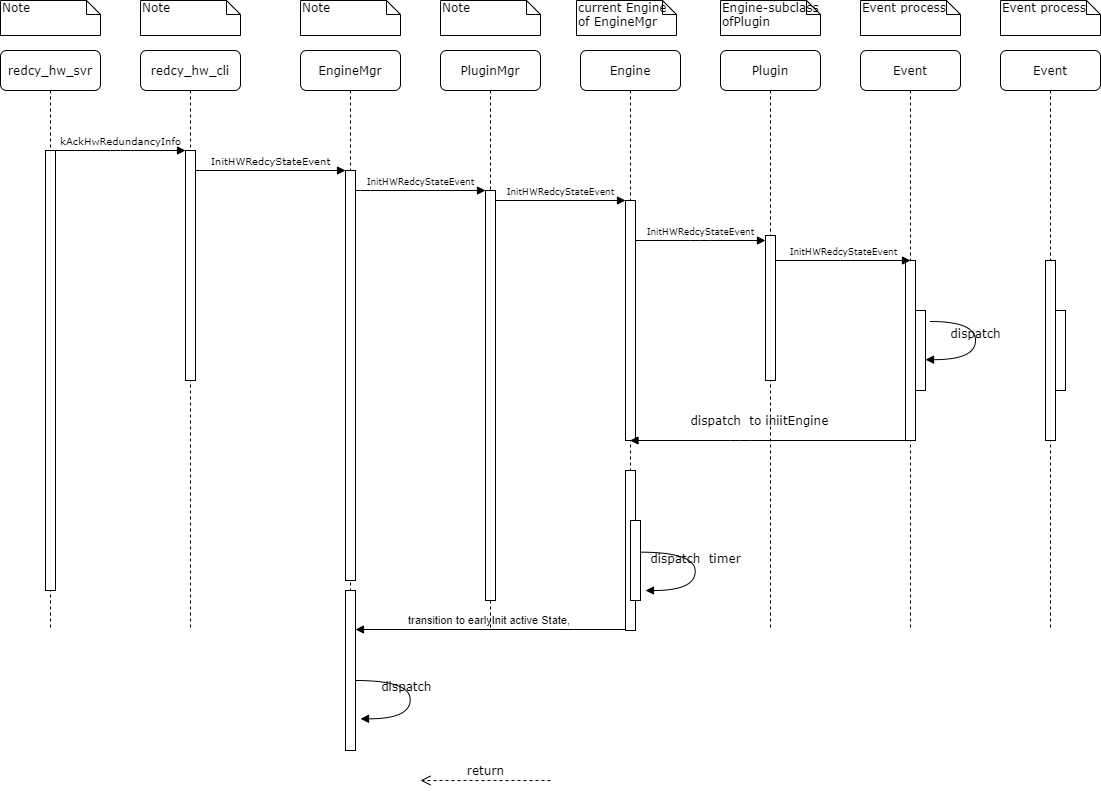
This is UML/StartActiveRedundancy.png from Steve888888/FN-Redundancy, a draw.io export, as it was before one commit. Source tidied: cells renumbered, new cells last; positions are measured from the earlier drawing's top-left corner, leaving out a move shared by most shapes.
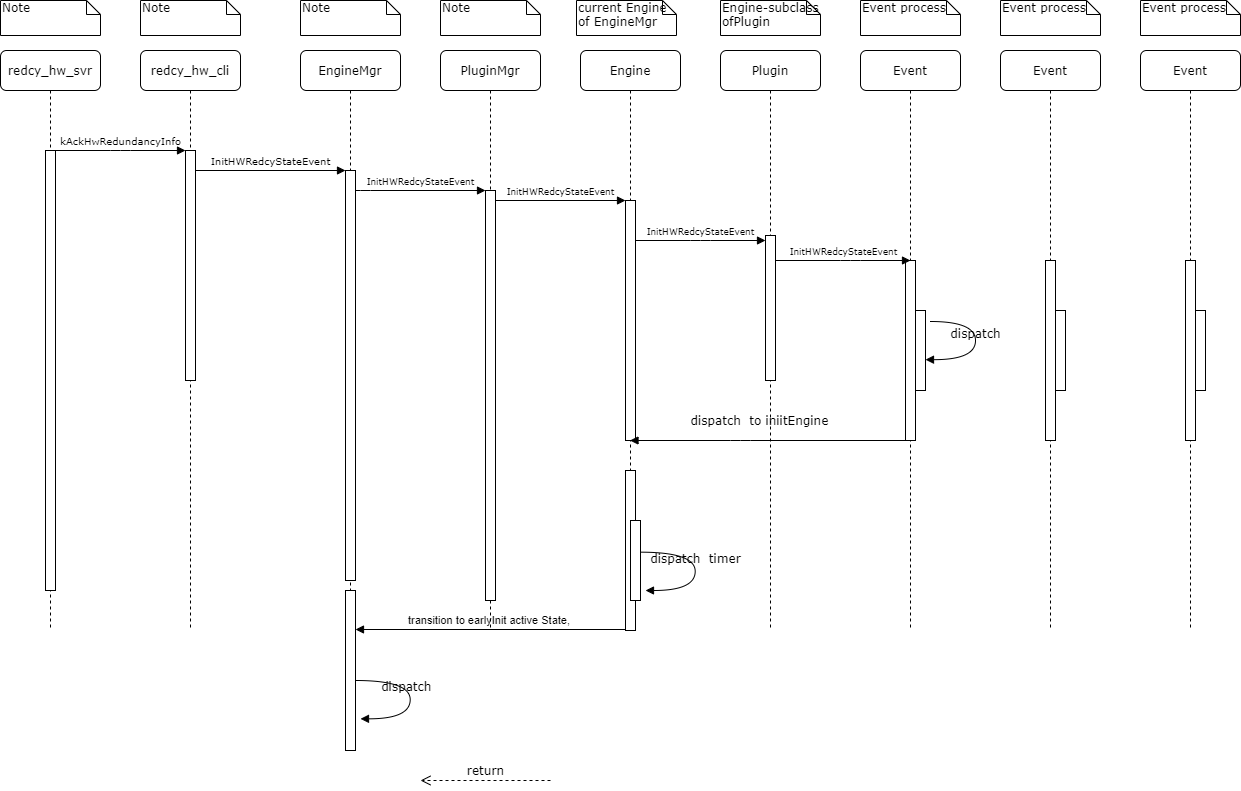
The same diagram one commit later.

What changed in the source:
```diff
@@ -174,5 +174,17 @@
     <mxCell id="42" style="html=1;perimeter=orthogonalPerimeter;" parent="40" vertex="1">
       <mxGeometry x="55" y="260" width="10" height="80" as="geometry" />
     </mxCell>
+    <mxCell id="43" value="Event process" style="shape=note;whiteSpace=wrap;html=1;size=14;verticalAlign=top;align=left;spacingTop=-6;rounded=0;shadow=0;comic=0;labelBackgroundColor=none;strokeWidth=1;fontFamily=Verdana;fontSize=12;" parent="1" vertex="1">
+      <mxGeometry x="1140" width="100" height="35" as="geometry" />
+    </mxCell>
+    <mxCell id="44" value="Event" style="shape=umlLifeline;perimeter=lifelinePerimeter;whiteSpace=wrap;html=1;rounded=1;shadow=0;comic=0;labelBackgroundColor=none;strokeWidth=1;fontFamily=Verdana;fontSize=12;align=center;" parent="1" vertex="1">
+      <mxGeometry x="1140" y="50" width="100" height="580" as="geometry" />
+    </mxCell>
+    <mxCell id="45" style="html=1;perimeter=orthogonalPerimeter;rounded=0;shadow=0;comic=0;labelBackgroundColor=none;strokeColor=#000000;strokeWidth=1;fillColor=#FFFFFF;fontFamily=Verdana;fontSize=12;fontColor=#000000;align=center;" parent="44" vertex="1">
+      <mxGeometry x="45" y="210" width="10" height="180" as="geometry" />
+    </mxCell>
+    <mxCell id="46" style="html=1;perimeter=orthogonalPerimeter;" parent="44" vertex="1">
+      <mxGeometry x="55" y="260" width="10" height="80" as="geometry" />
+    </mxCell>
   </root>
 </mxGraphModel>
```
